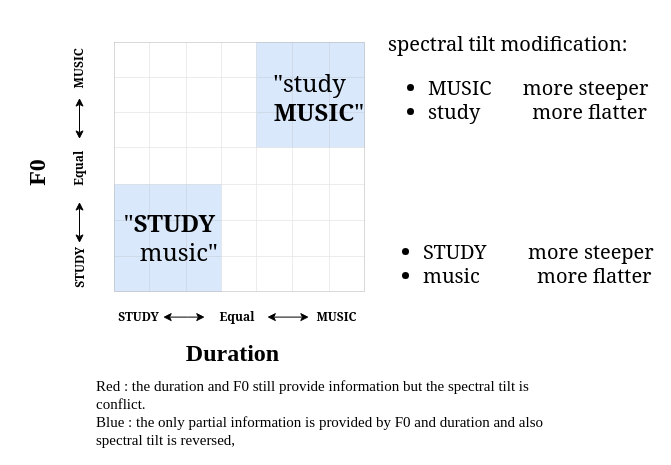
The draw.io diagram Untitled Diagram.drawio in N1r/harmonic_project, before the edit. Source tidied: cells renumbered, new cells numbered last; positions are measured from the earlier drawing's top-left corner, leaving out a move shared by most shapes. Both pictures are drawn from the tidied source at 100%, with x=0, y=0 at pixel (-46, 17).
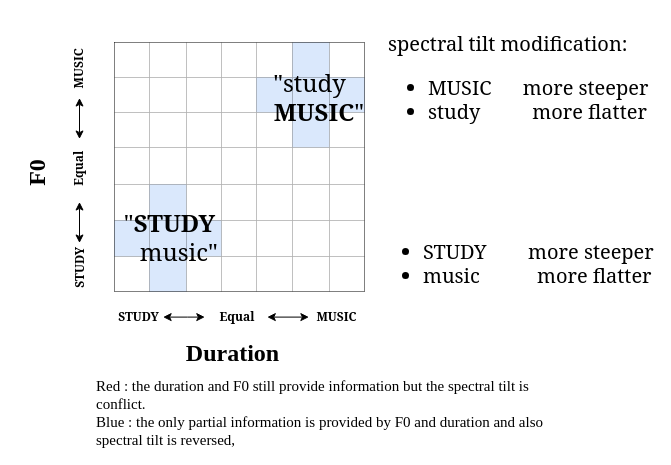
The same diagram, later.

Unchanged cells that the change refers to:
```xml
<mxCell id="3" style="shape=tableRow;horizontal=0;startSize=0;swimlaneHead=0;swimlaneBody=0;top=0;left=0;bottom=0;right=0;fillColor=none;fontFamily=Georgia;swimlaneFillColor=none;strokeColor=#CCCCCC;" parent="2" vertex="1">
  <mxGeometry width="250" height="35" as="geometry" />
</mxCell>
<mxCell id="19" style="shape=tableRow;horizontal=0;startSize=0;swimlaneHead=0;swimlaneBody=0;top=0;left=0;bottom=0;right=0;fillColor=none;fontFamily=Georgia;swimlaneFillColor=none;strokeColor=#CCCCCC;" parent="2" vertex="1">
  <mxGeometry y="70" width="250" height="35" as="geometry" />
</mxCell>
<mxCell id="35" style="shape=tableRow;horizontal=0;startSize=0;swimlaneHead=0;swimlaneBody=0;top=0;left=0;bottom=0;right=0;fillColor=none;fontFamily=Georgia;swimlaneFillColor=none;strokeColor=#CCCCCC;" parent="2" vertex="1">
  <mxGeometry y="142" width="250" height="36" as="geometry" />
</mxCell>
<mxCell id="51" style="shape=tableRow;horizontal=0;startSize=0;swimlaneHead=0;swimlaneBody=0;top=0;left=0;bottom=0;right=0;fillColor=none;fontFamily=Georgia;swimlaneFillColor=none;strokeColor=#CCCCCC;" parent="2" vertex="1">
  <mxGeometry y="214" width="250" height="35" as="geometry" />
</mxCell>
```

Diff of the diagram source:
```diff
@@
-    <mxCell id="2" style="shape=table;html=1;whiteSpace=wrap;startSize=0;childLayout=tableLayout;flipH=0;flipV=0;fontFamily=Georgia;swimlaneFillColor=none;fillColor=none;strokeColor=#B3B3B3;" parent="1" vertex="1">
+    <mxCell id="2" style="shape=table;html=1;whiteSpace=wrap;startSize=0;childLayout=tableLayout;flipH=0;flipV=0;fontFamily=Georgia;swimlaneFillColor=none;" parent="1" vertex="1">
       <mxGeometry x="160" y="25" width="250" height="249" as="geometry" />
     </mxCell>
@@
-    <mxCell id="8" style="shape=partialRectangle;html=1;whiteSpace=wrap;top=0;left=0;bottom=0;right=0;overflow=hidden;fontFamily=Georgia;swimlaneFillColor=none;fillColor=#dae8fc;strokeColor=#6c8ebf;" parent="3" vertex="1">
+    <mxCell id="8" style="shape=partialRectangle;html=1;whiteSpace=wrap;top=0;left=0;bottom=0;right=0;overflow=hidden;fontFamily=Georgia;swimlaneFillColor=none;" parent="3" vertex="1">
       <mxGeometry x="142" width="36" height="35" as="geometry" />
     </mxCell>
@@
-    <mxCell id="10" style="shape=partialRectangle;html=1;whiteSpace=wrap;top=0;left=0;bottom=0;right=0;overflow=hidden;fontFamily=Georgia;swimlaneFillColor=none;fillColor=#dae8fc;strokeColor=#6c8ebf;" parent="3" vertex="1">
+    <mxCell id="10" style="shape=partialRectangle;html=1;whiteSpace=wrap;top=0;left=0;bottom=0;right=0;overflow=hidden;fontFamily=Georgia;swimlaneFillColor=none;" parent="3" vertex="1">
       <mxGeometry x="215" width="35" height="35" as="geometry" />
     </mxCell>
@@
-    <mxCell id="24" style="shape=partialRectangle;html=1;whiteSpace=wrap;top=0;left=0;bottom=0;right=0;overflow=hidden;fontFamily=Georgia;swimlaneFillColor=none;fillColor=#dae8fc;strokeColor=#6c8ebf;" parent="19" vertex="1">
+    <mxCell id="24" style="shape=partialRectangle;html=1;whiteSpace=wrap;top=0;left=0;bottom=0;right=0;overflow=hidden;fontFamily=Georgia;swimlaneFillColor=none;" parent="19" vertex="1">
       <mxGeometry x="142" width="36" height="35" as="geometry" />
     </mxCell>
@@
-    <mxCell id="26" style="shape=partialRectangle;html=1;whiteSpace=wrap;top=0;left=0;bottom=0;right=0;overflow=hidden;fontFamily=Georgia;swimlaneFillColor=none;fillColor=#dae8fc;strokeColor=#6c8ebf;" parent="19" vertex="1">
+    <mxCell id="26" style="shape=partialRectangle;html=1;whiteSpace=wrap;top=0;left=0;bottom=0;right=0;overflow=hidden;fontFamily=Georgia;swimlaneFillColor=none;" parent="19" vertex="1">
       <mxGeometry x="215" width="35" height="35" as="geometry" />
     </mxCell>
@@
-    <mxCell id="36" style="shape=partialRectangle;html=1;whiteSpace=wrap;top=0;left=0;bottom=0;right=0;overflow=hidden;fontFamily=Georgia;swimlaneFillColor=none;fillColor=#dae8fc;strokeColor=#6c8ebf;" parent="35" vertex="1">
+    <mxCell id="36" style="shape=partialRectangle;html=1;whiteSpace=wrap;top=0;left=0;bottom=0;right=0;overflow=hidden;fontFamily=Georgia;swimlaneFillColor=none;" parent="35" vertex="1">
       <mxGeometry width="35" height="36" as="geometry" />
     </mxCell>
@@
-    <mxCell id="38" style="shape=partialRectangle;html=1;whiteSpace=wrap;top=0;left=0;bottom=0;right=0;overflow=hidden;fontFamily=Georgia;swimlaneFillColor=none;fillColor=#dae8fc;strokeColor=#6c8ebf;" parent="35" vertex="1">
+    <mxCell id="38" style="shape=partialRectangle;html=1;whiteSpace=wrap;top=0;left=0;bottom=0;right=0;overflow=hidden;fontFamily=Georgia;swimlaneFillColor=none;" parent="35" vertex="1">
       <mxGeometry x="72" width="35" height="36" as="geometry" />
     </mxCell>
@@
-    <mxCell id="52" style="shape=partialRectangle;html=1;whiteSpace=wrap;top=0;left=0;bottom=0;right=0;overflow=hidden;fontFamily=Georgia;swimlaneFillColor=none;fillColor=#dae8fc;strokeColor=#6c8ebf;" parent="51" vertex="1">
+    <mxCell id="52" style="shape=partialRectangle;html=1;whiteSpace=wrap;top=0;left=0;bottom=0;right=0;overflow=hidden;fontFamily=Georgia;swimlaneFillColor=none;" parent="51" vertex="1">
       <mxGeometry width="35" height="35" as="geometry" />
     </mxCell>
@@
-    <mxCell id="54" style="shape=partialRectangle;html=1;whiteSpace=wrap;top=0;left=0;bottom=0;right=0;overflow=hidden;fontFamily=Georgia;swimlaneFillColor=none;fillColor=#dae8fc;strokeColor=#6c8ebf;" parent="51" vertex="1">
+    <mxCell id="54" style="shape=partialRectangle;html=1;whiteSpace=wrap;top=0;left=0;bottom=0;right=0;overflow=hidden;fontFamily=Georgia;swimlaneFillColor=none;" parent="51" vertex="1">
       <mxGeometry x="72" width="35" height="35" as="geometry" />
     </mxCell>
```
